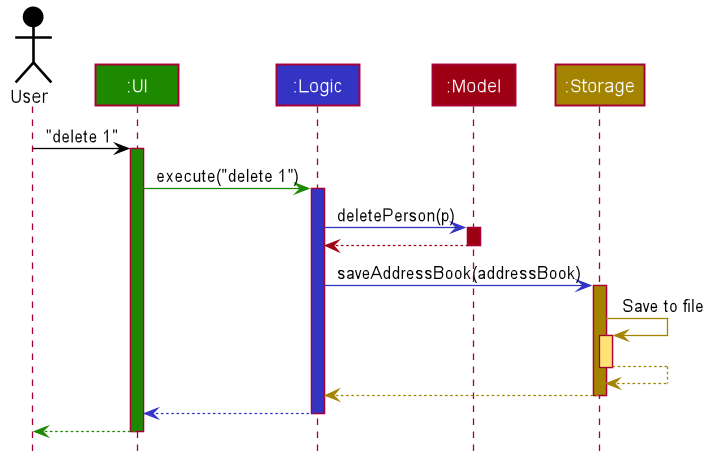
Before: docs/images/ArchitectureSequenceDiagram.png, a diagram exported from PlantUML (nus-cs2103-AY2021S2/tp). Its source is kept beside it as docs/diagrams/ArchitectureSequenceDiagram.puml.
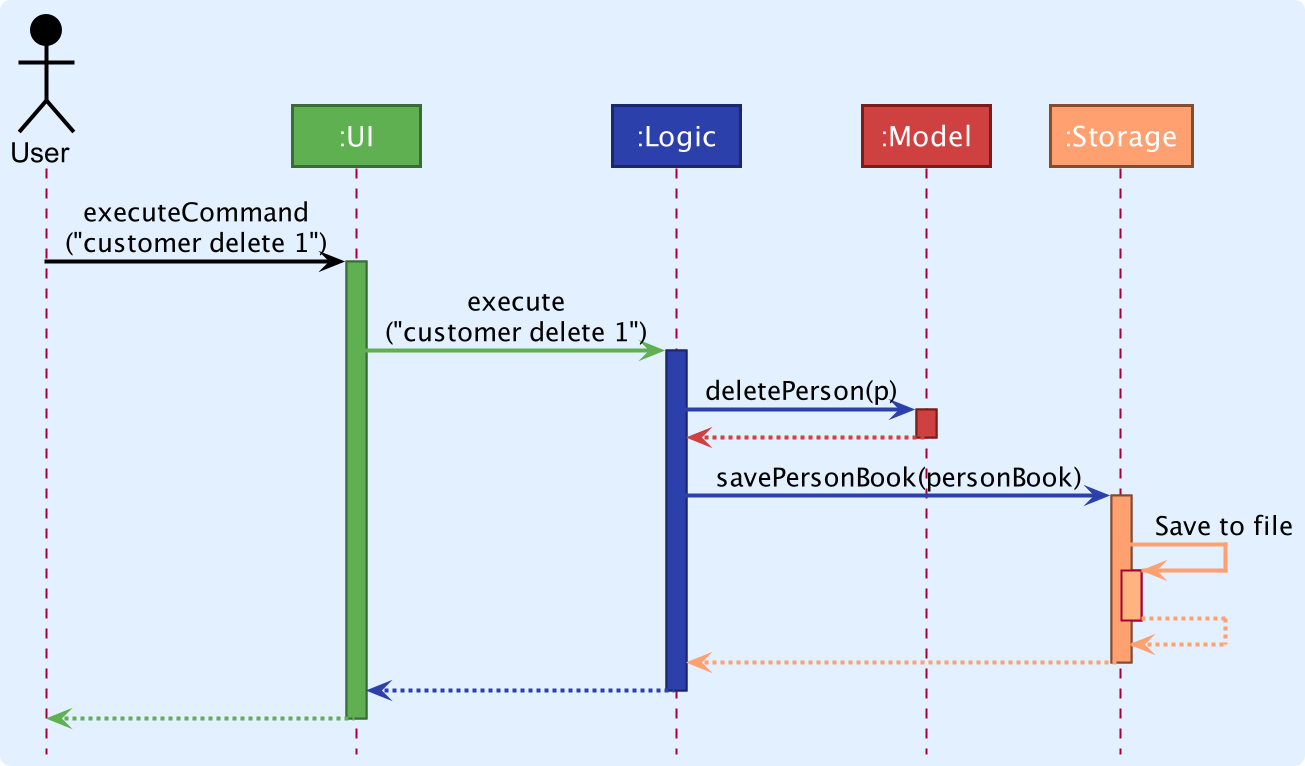
The same file after the commit.

The edit, as a diff of the source:
```diff
@@ -11,7 +11,7 @@
 user -[USER_COLOR]> ui : executeCommand\n("customer delete 1")
 activate ui UI_COLOR UI_COLOR_DARK
 
-ui -[UI_COLOR]> logic : execute("customer delete 1")
+ui -[UI_COLOR]> logic : execute\n("customer delete 1")
 activate logic LOGIC_COLOR LOGIC_COLOR_DARK
 
 logic -[LOGIC_COLOR]> model : deletePerson(p)
```
